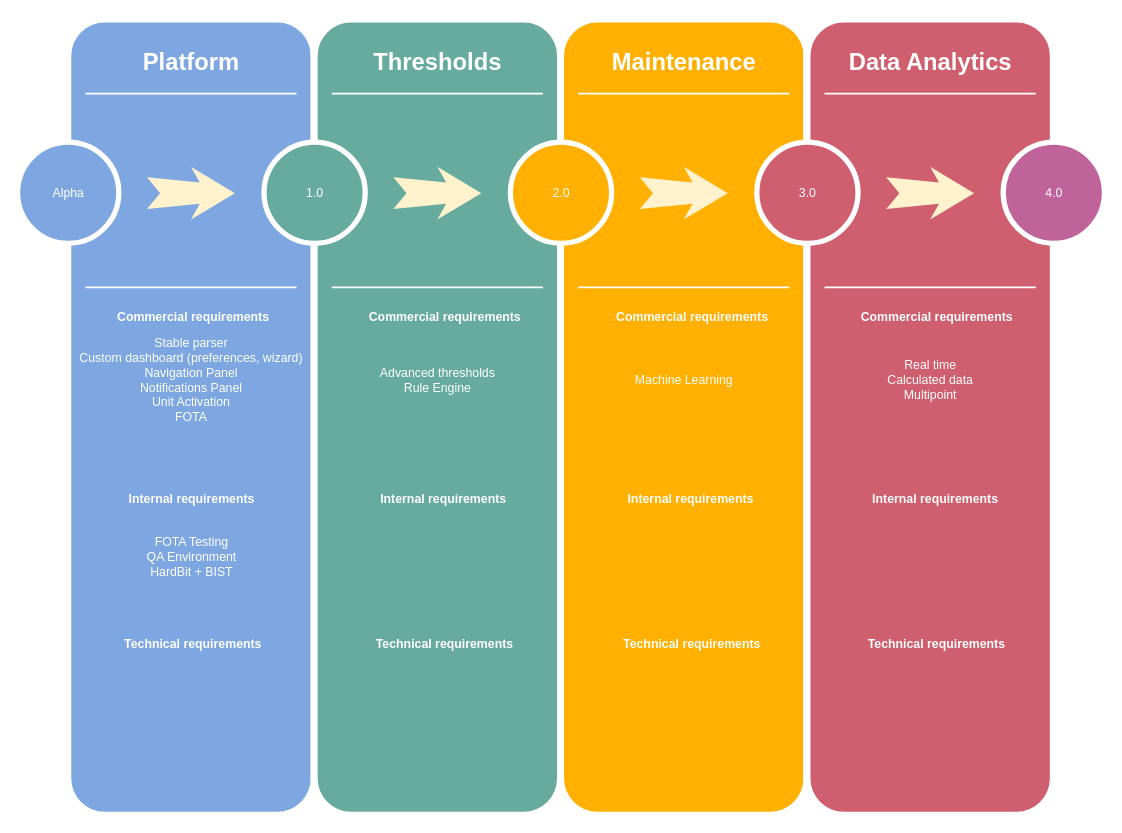
Above: combiq/Untitled Diagram.drawio in m1guel/diagrams (draw.io), before the change. Source tidied: cells renumbered, new cells numbered last; positions are measured from the earlier drawing's top-left corner, leaving out a move shared by most shapes. Both pictures are drawn from the tidied source at 88%, with x=0, y=0 at pixel (17, 18).
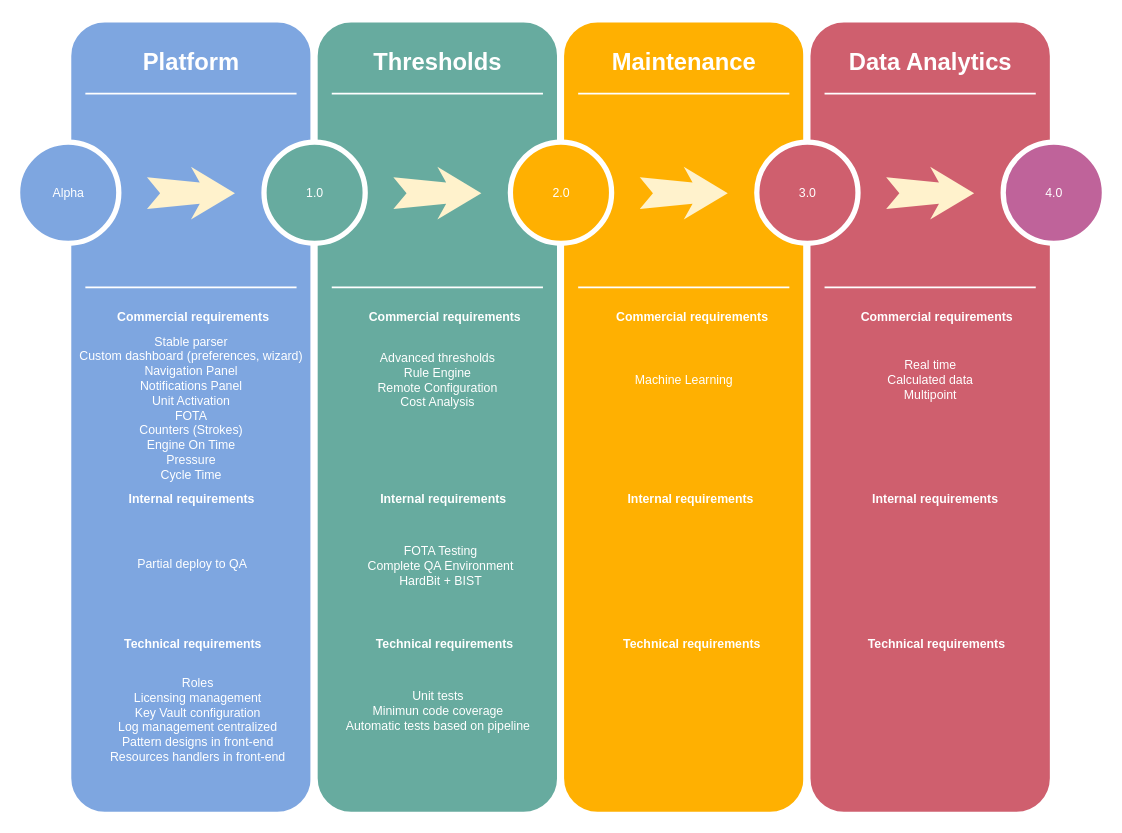
After the change.

Diff of the diagram source:
```diff
@@
-    <mxCell id="4" value="Stable parser&lt;br&gt;Custom dashboard (preferences, wizard)&lt;br&gt;Navigation Panel&lt;br&gt;Notifications Panel&lt;br&gt;Unit Activation&lt;br&gt;FOTA&lt;br&gt;" style="text;html=1;strokeColor=none;fillColor=none;align=center;verticalAlign=middle;whiteSpace=wrap;rounded=0;shadow=0;fontSize=14;fontColor=#FFFFFF;" parent="1" vertex="1">
-      <mxGeometry x="58" y="365" width="280" height="90" as="geometry" />
+    <mxCell id="4" value="Stable parser&lt;br&gt;Custom dashboard (preferences, wizard)&lt;br&gt;Navigation Panel&lt;br&gt;Notifications Panel&lt;br&gt;Unit Activation&lt;br&gt;FOTA&lt;br&gt;Counters (Strokes)&lt;br&gt;Engine On Time&lt;br&gt;Pressure&lt;br&gt;Cycle Time&lt;br&gt;" style="text;html=1;strokeColor=none;fillColor=none;align=center;verticalAlign=middle;whiteSpace=wrap;rounded=0;shadow=0;fontSize=14;fontColor=#FFFFFF;" parent="1" vertex="1">
+      <mxGeometry x="57.5" y="396.5" width="280" height="90" as="geometry" />
     </mxCell>
@@
-    <mxCell id="11" value="Advanced thresholds&lt;br&gt;Rule Engine&lt;br&gt;" style="text;html=1;strokeColor=none;fillColor=none;align=center;verticalAlign=middle;whiteSpace=wrap;rounded=0;shadow=0;fontSize=14;fontColor=#FFFFFF;" parent="1" vertex="1">
+    <mxCell id="11" value="Advanced thresholds&lt;br&gt;Rule Engine&lt;br&gt;Remote Configuration&lt;br&gt;Cost Analysis&lt;br&gt;" style="text;html=1;strokeColor=none;fillColor=none;align=center;verticalAlign=middle;whiteSpace=wrap;rounded=0;shadow=0;fontSize=14;fontColor=#FFFFFF;" parent="1" vertex="1">
       <mxGeometry x="337.5" y="365" width="280" height="90" as="geometry" />
     </mxCell>
@@
-    <mxCell id="43" value="FOTA Testing&lt;br&gt;QA Environment&lt;br&gt;HardBit + BIST&lt;br&gt;" style="text;html=1;align=center;verticalAlign=top;spacingTop=-4;fontSize=14;fontColor=#FFFFFF;" parent="1" vertex="1">
-      <mxGeometry x="137.5" y="584" width="120" height="50" as="geometry" />
+    <mxCell id="43" value="FOTA Testing&lt;br&gt;Complete QA Environment&lt;br&gt;HardBit + BIST&lt;br&gt;" style="text;html=1;align=center;verticalAlign=top;spacingTop=-4;fontSize=14;fontColor=#FFFFFF;" parent="1" vertex="1">
+      <mxGeometry x="390.5" y="594" width="180" height="50" as="geometry" />
     </mxCell>
+    <mxCell id="44" value="Roles&lt;br&gt;Licensing management&lt;br&gt;Key Vault configuration&lt;br&gt;Log management centralized&lt;br&gt;Pattern designs in front-end&lt;br&gt;Resources handlers in front-end&lt;br&gt;" style="text;html=1;align=center;verticalAlign=top;spacingTop=-4;fontSize=14;fontColor=#FFFFFF;" parent="1" vertex="1">
+      <mxGeometry x="99.5" y="744" width="210" height="100" as="geometry" />
+    </mxCell>
+    <mxCell id="45" value="Unit tests&lt;br&gt;Minimun code coverage&lt;br&gt;Automatic tests based on pipeline&lt;br&gt;" style="text;html=1;align=center;verticalAlign=top;spacingTop=-4;fontSize=14;fontColor=#FFFFFF;" parent="1" vertex="1">
+      <mxGeometry x="367.5" y="758" width="220" height="50" as="geometry" />
+    </mxCell>
+    <mxCell id="46" value="Partial deploy to QA" style="text;html=1;align=left;verticalAlign=top;spacingTop=-4;fontSize=14;fontColor=#FFFFFF;" parent="1" vertex="1">
+      <mxGeometry x="134.5" y="609" width="140" height="20" as="geometry" />
+    </mxCell>
```
